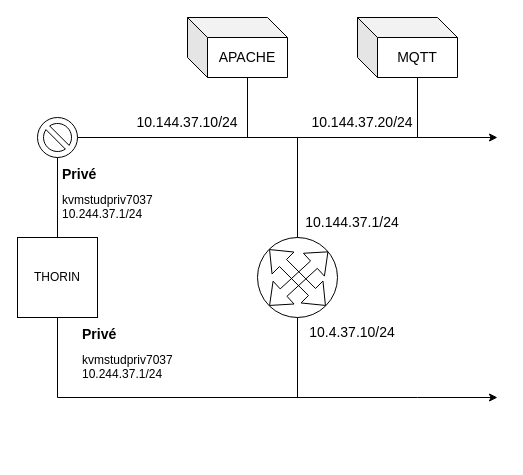
This is dist/Untitled Diagram.drawio from guedesite/github-profile-3d-contrib, a draw.io file, before an edit. Source tidied: cells renumbered, new cells numbered last; positions are measured from the earlier drawing's top-left corner, leaving out a move shared by most shapes. Both pictures are drawn from the tidied source at 100%, with x=0, y=0 at pixel (17, 17).
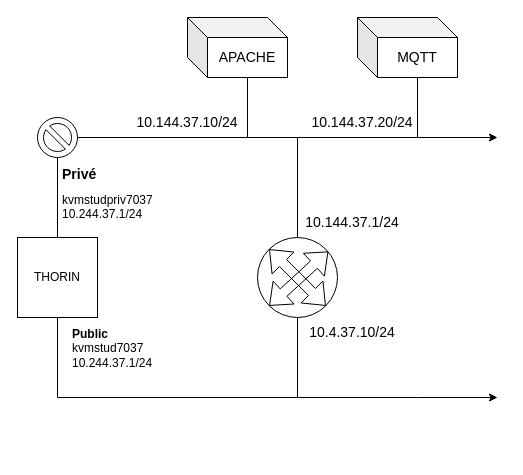
After the change.

What changed in the source:
```diff
@@
-    <mxCell id="10" value="&lt;h1 style=&quot;font-size: 14px&quot;&gt;Privé&lt;/h1&gt;&lt;div&gt;kvmstudpriv7037&lt;/div&gt;&lt;div&gt;10.244.37.1/24&lt;br&gt;&lt;/div&gt;" style="text;html=1;strokeColor=none;fillColor=none;spacing=5;spacingTop=-20;whiteSpace=wrap;overflow=hidden;rounded=0;" parent="1" vertex="1">
-      <mxGeometry x="60" y="310" width="190" height="120" as="geometry" />
+    <mxCell id="10" value="&lt;b&gt;Public&lt;/b&gt;&lt;div&gt;kvmstud7037&lt;/div&gt;&lt;div&gt;10.244.37.1/24&lt;br&gt;&lt;/div&gt;" style="text;html=1;strokeColor=none;fillColor=none;spacing=5;spacingTop=-20;whiteSpace=wrap;overflow=hidden;rounded=0;" parent="1" vertex="1">
+      <mxGeometry x="50" y="320" width="190" height="120" as="geometry" />
     </mxCell>
```
